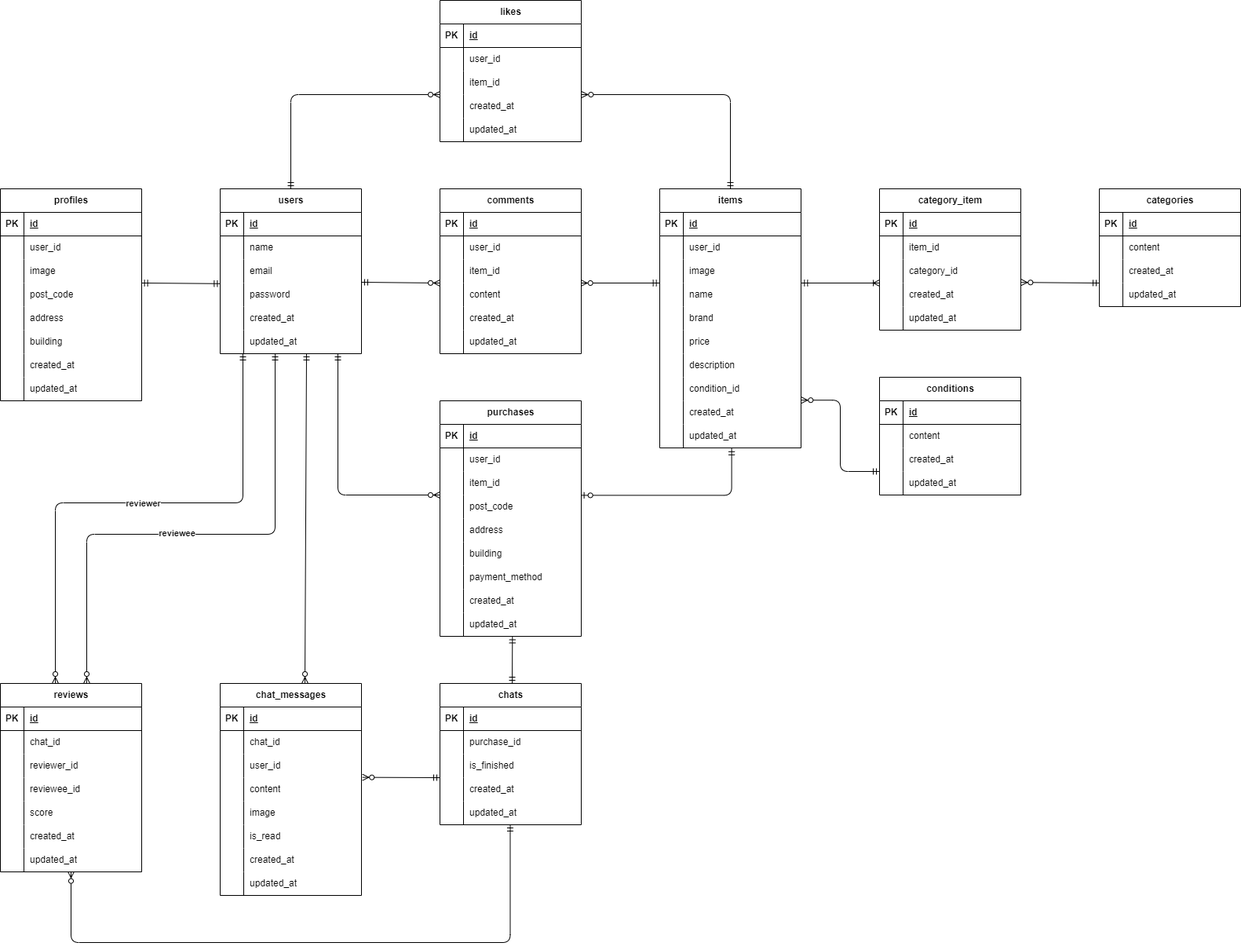
This is erd.png from oura-takeshi/flea-market, a draw.io export, as it was before one commit. Source tidied: cells renumbered, new cells last; positions are measured from the earlier drawing's top-left corner, leaving out a move shared by most shapes.
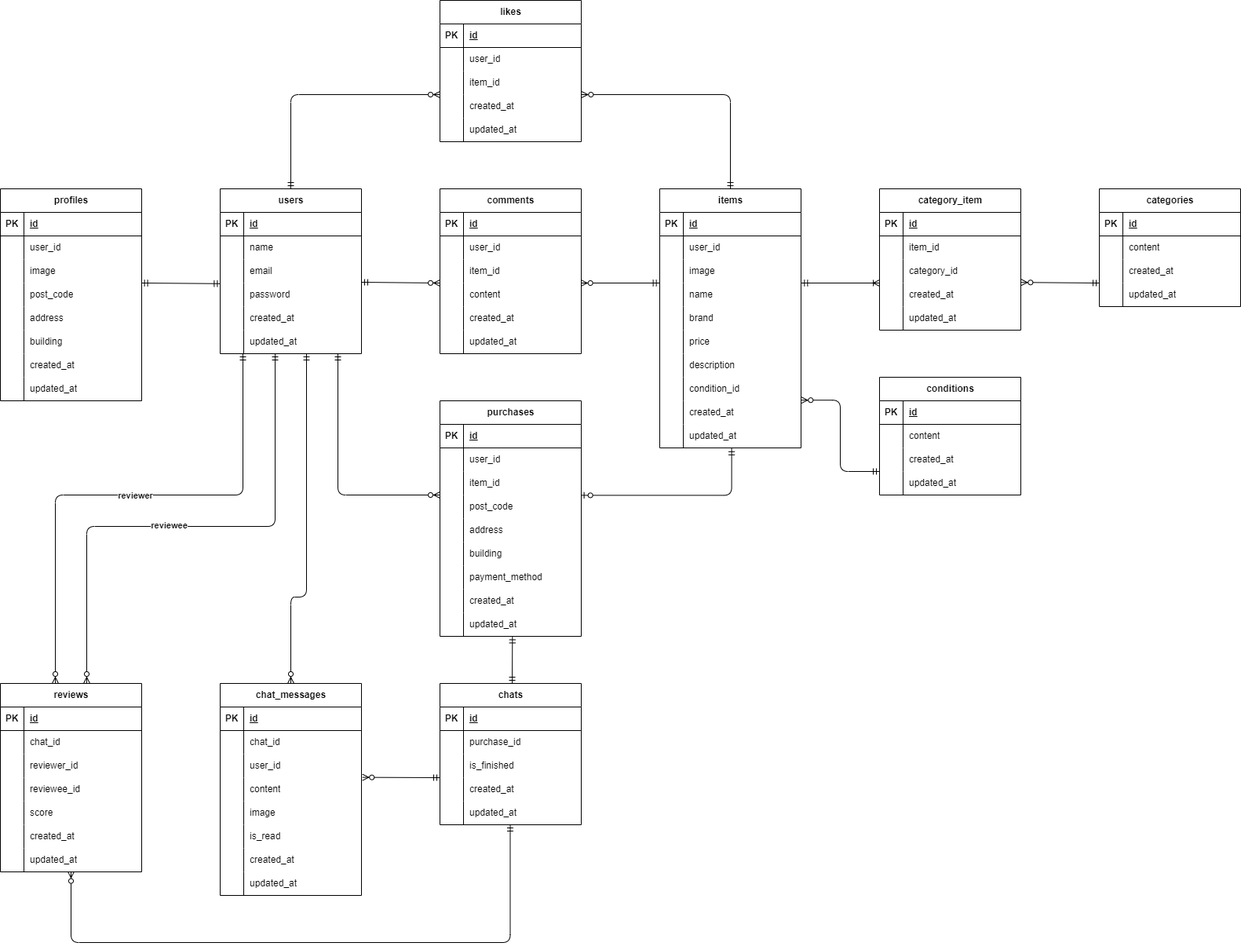
After the commit.

Diff of the diagram source:
```diff
@@ -668,10 +668,13 @@
     <mxCell id="216" value="updated_at" style="shape=partialRectangle;fillColor=none;top=0;left=0;bottom=0;right=0;align=left;spacingLeft=6;overflow=hidden;whiteSpace=wrap;html=1;" parent="214" vertex="1">
       <mxGeometry x="30" width="150" height="30" as="geometry" />
     </mxCell>
-    <mxCell id="217" style="fontSize=12;html=1;endArrow=ERzeroToMany;startArrow=ERmandOne;" parent="1" edge="1">
+    <mxCell id="217" style="fontSize=12;html=1;endArrow=ERzeroToMany;startArrow=ERmandOne;edgeStyle=orthogonalEdgeStyle;entryX=0.5;entryY=0;entryDx=0;entryDy=0;" parent="1" edge="1" target="192">
       <mxGeometry relative="1" as="geometry">
         <mxPoint x="390" y="450" as="sourcePoint" />
-        <mxPoint x="388" y="870" as="targetPoint" />
+        <Array as="points">
+          <mxPoint x="390" y="760" />
+          <mxPoint x="370" y="760" />
+        </Array>
       </mxGeometry>
     </mxCell>
     <mxCell id="218" value="chats" style="shape=table;startSize=30;rowLines=0;fontStyle=1;align=center;html=1;" parent="1" vertex="1">
@@ -810,8 +813,8 @@
     <mxCell id="259" style="fontSize=12;html=1;endArrow=ERzeroToMany;startArrow=ERmandOne;edgeStyle=orthogonalEdgeStyle;" parent="1" edge="1" source="18" target="236">
       <mxGeometry relative="1" as="geometry">
         <Array as="points">
-          <mxPoint x="350" y="680" />
-          <mxPoint x="110" y="680" />
+          <mxPoint x="350" y="670" />
+          <mxPoint x="110" y="670" />
         </Array>
       </mxGeometry>
     </mxCell>
@@ -822,8 +825,8 @@
       <mxGeometry relative="1" as="geometry">
         <mxPoint x="309" y="450" as="sourcePoint" />
         <Array as="points">
-          <mxPoint x="309" y="640" />
-          <mxPoint x="70" y="640" />
+          <mxPoint x="309" y="630" />
+          <mxPoint x="70" y="630" />
         </Array>
       </mxGeometry>
     </mxCell>
```
